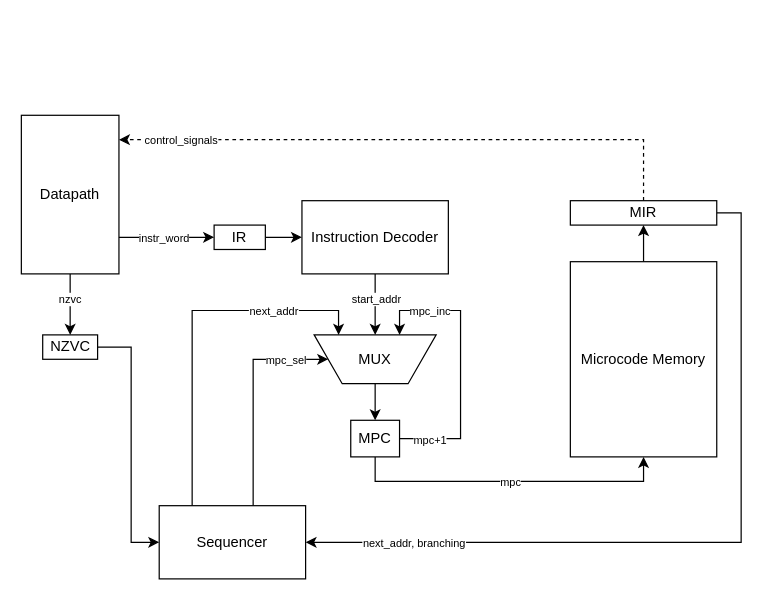
This is scheme/csa_lab4_control_unit_scheme.drawio from xtern0o/csa_lab4, a draw.io file, before an edit. Source tidied: cells renumbered, new cells numbered last; positions are measured from the earlier drawing's top-left corner, leaving out a move shared by most shapes. Both pictures are drawn from the tidied source at 122%, with x=0, y=0 at pixel (21, 115).
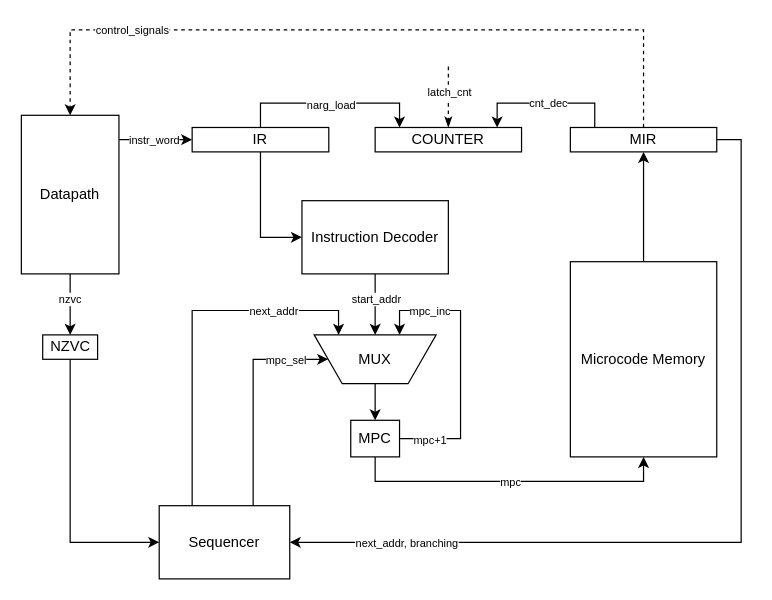
The same page after the edit.

The change refers to these unchanged cells:
```xml
<mxCell id="5" value="Datapath" style="rounded=0;whiteSpace=wrap;html=1;" parent="1" vertex="1">
  <mxGeometry width="80" height="130" as="geometry" />
</mxCell>
<mxCell id="8" value="Instruction Decoder" style="rounded=0;whiteSpace=wrap;html=1;" parent="1" vertex="1">
  <mxGeometry x="230" y="70" width="120" height="60" as="geometry" />
</mxCell>
<mxCell id="25" value="NZVC" style="rounded=0;whiteSpace=wrap;html=1;" parent="1" vertex="1">
  <mxGeometry x="17.5" y="180" width="45" height="20" as="geometry" />
</mxCell>
```

Diff of the diagram source:
```diff
@@
     <mxCell id="2" style="edgeStyle=orthogonalEdgeStyle;rounded=0;jettySize=auto;html=1;" parent="1" edge="1" source="33" target="8">
-      <mxGeometry relative="1" as="geometry" />
+      <mxGeometry relative="1" as="geometry">
+        <Array as="points">
+          <mxPoint x="196" y="100" />
+        </Array>
+      </mxGeometry>
     </mxCell>
@@
     <mxCell id="19" style="edgeStyle=orthogonalEdgeStyle;rounded=0;jettySize=auto;html=1;dashed=1;" parent="1" edge="1" source="23" target="5">
       <mxGeometry relative="1" as="geometry">
         <Array as="points">
-          <mxPoint x="510" y="20" />
+          <mxPoint x="510" y="-70" />
+          <mxPoint x="40" y="-70" />
         </Array>
       </mxGeometry>
     </mxCell>
     <mxCell id="20" value="control_signals" style="edgeLabel;html=1;align=center;verticalAlign=middle;fontSize=9;" parent="19" vertex="1">
       <mxGeometry x="0.77" relative="1" as="geometry">
-        <mxPoint x="-5" as="offset" />
+        <mxPoint x="49" as="offset" />
       </mxGeometry>
     </mxCell>
     <mxCell id="21" style="edgeStyle=orthogonalEdgeStyle;rounded=0;jettySize=auto;html=1;" parent="1" edge="1" source="23" target="30">
       <mxGeometry relative="1" as="geometry">
         <Array as="points">
-          <mxPoint x="590" y="80" />
+          <mxPoint x="590" y="20" />
           <mxPoint x="590" y="350" />
         </Array>
       </mxGeometry>
     </mxCell>
@@
+    <mxCell id="34" style="edgeStyle=orthogonalEdgeStyle;rounded=0;jettySize=auto;html=1;" parent="1" edge="1" source="23" target="38">
+      <mxGeometry relative="1" as="geometry">
+        <Array as="points">
+          <mxPoint x="470" y="-10" />
+          <mxPoint x="390" y="-10" />
+        </Array>
+      </mxGeometry>
+    </mxCell>
+    <mxCell id="35" value="cnt_dec" style="edgeLabel;html=1;align=center;verticalAlign=middle;fontSize=9;" parent="34" vertex="1">
+      <mxGeometry x="0.19" y="2" relative="1" as="geometry">
+        <mxPoint x="12" y="-2" as="offset" />
+      </mxGeometry>
+    </mxCell>
     <mxCell id="23" value="MIR" style="rounded=0;whiteSpace=wrap;html=1;" parent="1" vertex="1">
-      <mxGeometry x="450" y="70" width="120" height="20" as="geometry" />
+      <mxGeometry x="450" y="10" width="120" height="20" as="geometry" />
     </mxCell>
     <mxCell id="24" style="edgeStyle=orthogonalEdgeStyle;rounded=0;jettySize=auto;html=1;" parent="1" edge="1" source="25" target="30">
       <mxGeometry relative="1" as="geometry">
         <Array as="points">
-          <mxPoint x="90" y="350" />
+          <mxPoint x="40" y="350" />
         </Array>
       </mxGeometry>
     </mxCell>
@@
     <mxCell id="30" value="Sequencer" style="rounded=0;whiteSpace=wrap;html=1;" parent="1" vertex="1">
-      <mxGeometry x="113" y="320" width="120" height="60" as="geometry" />
+      <mxGeometry x="113" y="320" width="107" height="60" as="geometry" />
     </mxCell>
     <mxCell id="31" style="edgeStyle=orthogonalEdgeStyle;rounded=0;jettySize=auto;html=1;" parent="1" edge="1" source="5" target="33">
       <mxGeometry relative="1" as="geometry">
         <Array as="points">
-          <mxPoint x="100" y="100" />
-          <mxPoint x="100" y="100" />
+          <mxPoint x="120" y="20" />
+          <mxPoint x="120" y="20" />
         </Array>
       </mxGeometry>
     </mxCell>
@@
+    <mxCell id="36" style="edgeStyle=orthogonalEdgeStyle;rounded=0;jettySize=auto;html=1;" parent="1" edge="1" source="33" target="38">
+      <mxGeometry relative="1" as="geometry">
+        <Array as="points">
+          <mxPoint x="196" y="-10" />
+          <mxPoint x="310" y="-10" />
+        </Array>
+      </mxGeometry>
+    </mxCell>
+    <mxCell id="37" value="narg_load" style="edgeLabel;html=1;align=center;verticalAlign=middle;fontSize=9;" parent="36" vertex="1">
+      <mxGeometry x="-0.16" y="-1" relative="1" as="geometry">
+        <mxPoint x="12" as="offset" />
+      </mxGeometry>
+    </mxCell>
     <mxCell id="33" value="IR" style="rounded=0;whiteSpace=wrap;html=1;" parent="1" vertex="1">
-      <mxGeometry x="158" y="90" width="42" height="20" as="geometry" />
+      <mxGeometry x="140" y="10" width="112" height="20" as="geometry" />
     </mxCell>
+    <mxCell id="38" value="COUNTER" style="rounded=0;whiteSpace=wrap;html=1;" parent="1" vertex="1">
+      <mxGeometry x="290" y="10" width="120" height="20" as="geometry" />
+    </mxCell>
+    <mxCell id="39" style="endArrow=classicThin;html=1;rounded=0;dashed=1;endFill=1;" parent="1" edge="1">
+      <mxGeometry relative="1" as="geometry">
+        <mxPoint x="350" y="-40" as="sourcePoint" />
+        <mxPoint x="350" y="10" as="targetPoint" />
+      </mxGeometry>
+    </mxCell>
+    <mxCell id="40" value="latch_cnt" style="edgeLabel;html=1;align=center;verticalAlign=middle;fontSize=9;" parent="39" vertex="1">
+      <mxGeometry x="-0.3" y="1" relative="1" as="geometry">
+        <mxPoint x="-1" y="3" as="offset" />
+      </mxGeometry>
+    </mxCell>
```
